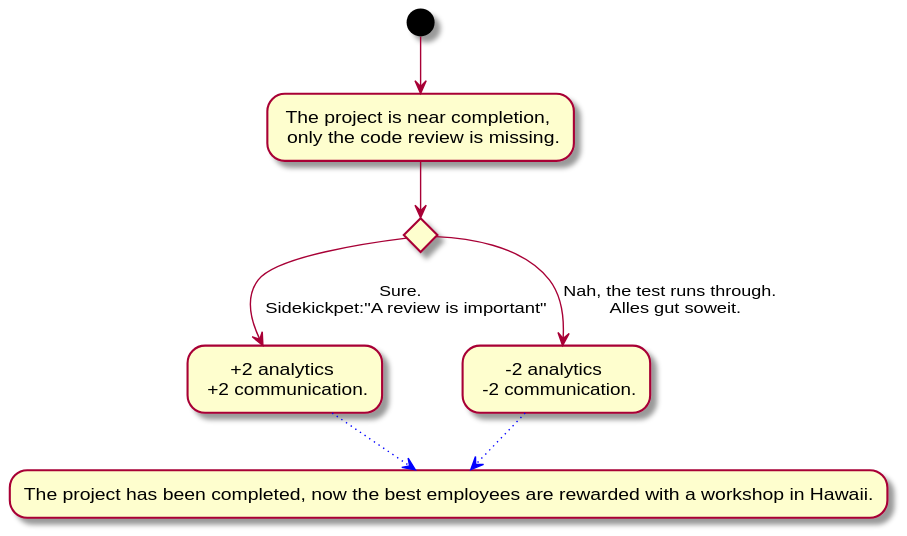
Earlier version of the PlantUML export Docs/Technical Specifications/docs/diagrams/StoryFlow/StoryFlow_Decision_14.svg (Brotenko/QualityQuest).
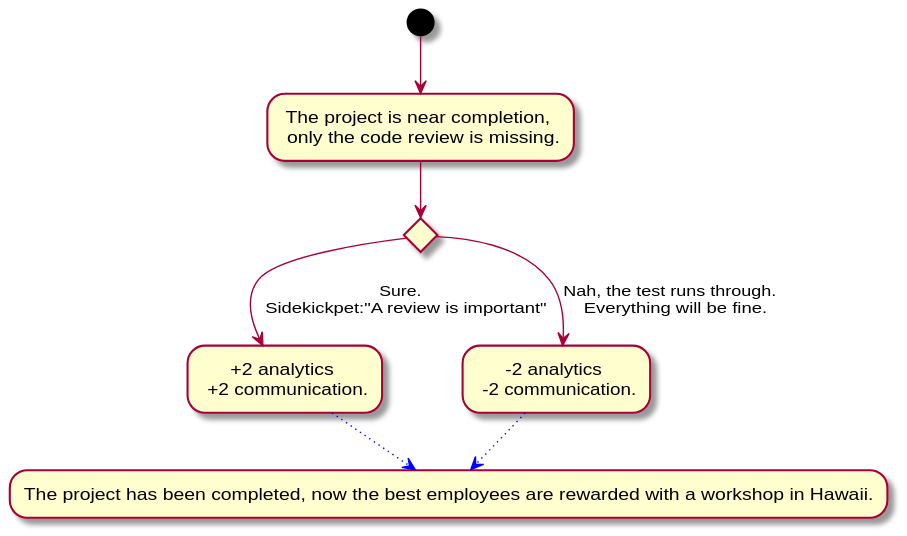
After the change.

Change to the diagram source:
```diff
@@ -3,7 +3,7 @@
 if "" then
 --> [Sure. \n Sidekickpet:"A review is important"] "+2 analytics \n +2 communication." as good
 else
---> [Nah, the test runs through. \n Alles gut soweit.] "-2 analytics \n -2 communication."
+--> [Nah, the test runs through. \n Everything will be fine.] "-2 analytics \n -2 communication."
 -[#blue,dotted]-> "The project has been completed, now the best employees are rewarded with a workshop in Hawaii." as shop
 good -[#blue,dotted]-> shop
 @enduml
```
